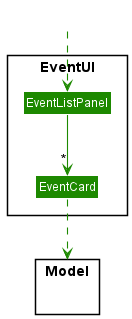
This is docs/images/EventUiClassDiagram.png from ryanongra/tp, a PlantUML export, as it was before one commit. The source it was exported from:
```plantuml
@startuml
!include style.puml
skinparam arrowThickness 1.1
skinparam arrowColor UI_COLOR
skinparam classBackgroundColor UI_COLOR

Package EventUI <<Rectangle>>{
Class EventListPanel
Class EventCard
}

Package Model {}

Class HiddenOutside #FFFFFF
HiddenOutside ..> EventListPanel

EventListPanel --> "*" EventCard

EventCard ..> Model
@enduml
```
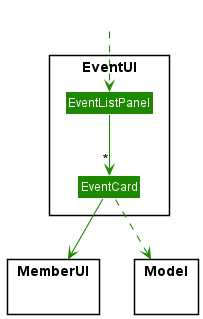
Above is the later version.

Commit message:
Update dg after event attendee ui implementation

The edit, as a diff of the source:
```diff
@@ -9,6 +9,7 @@
 Class EventCard
 }
 
+Package MemberUI {}
 Package Model {}
 
 Class HiddenOutside #FFFFFF
@@ -17,4 +18,5 @@
 EventListPanel --> "*" EventCard
 
 EventCard ..> Model
+EventCard --> MemberUI
 @enduml
```
